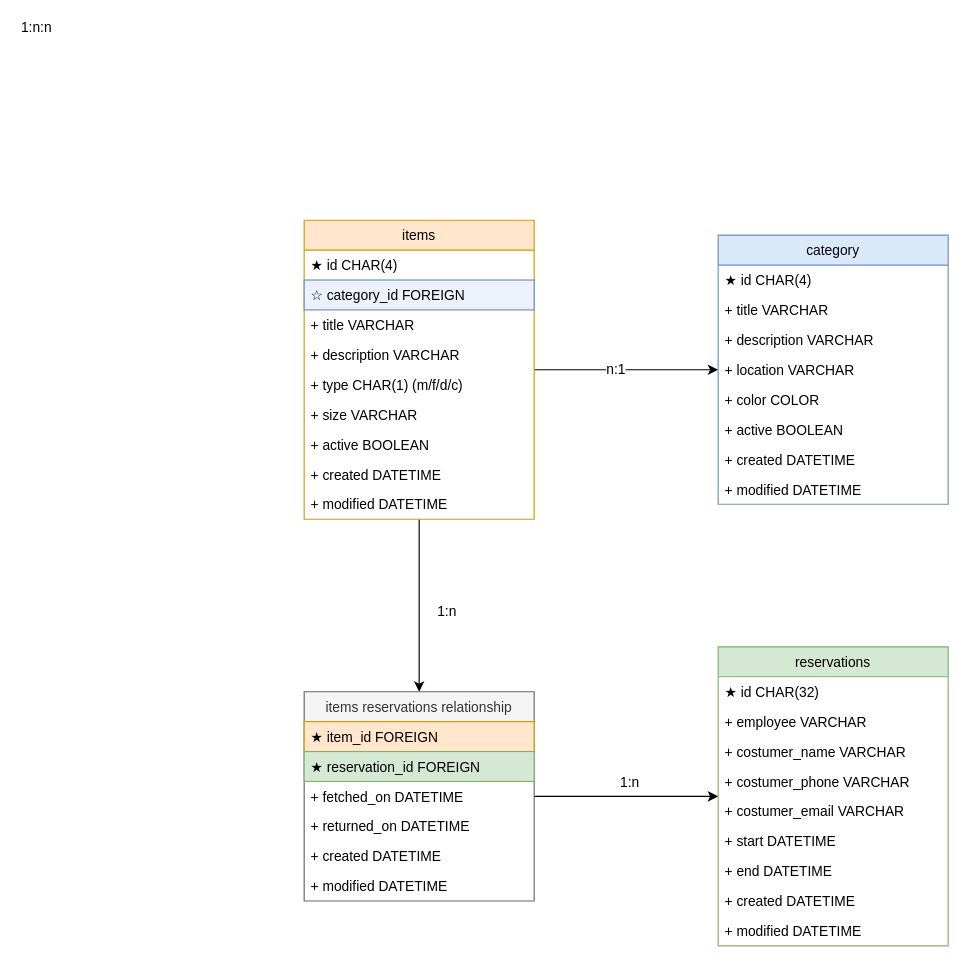
The draw.io diagram draw.io/dbstructure.drawio in Lustiges-aus-dem-Computer/Gaidaros, before the edit. Source tidied: cells renumbered, new cells numbered last; positions are measured from the earlier drawing's top-left corner, leaving out a move shared by most shapes. Both pictures are drawn from the tidied source at 115%, with x=0, y=0 at pixel (304, 220).
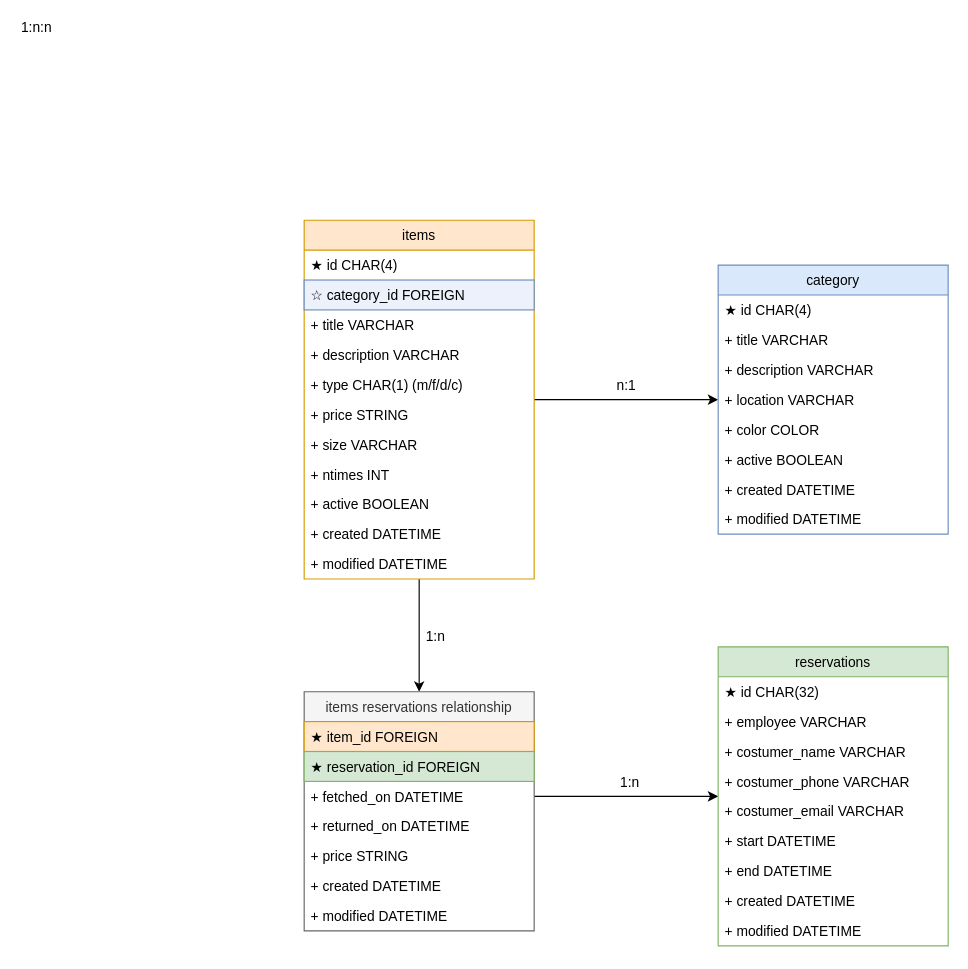
After the change.

The change refers to these unchanged cells:
```xml
<mxCell id="2" style="edgeStyle=orthogonalEdgeStyle;rounded=0;jettySize=auto;html=1;" parent="1" edge="1" source="7" target="34">
  <mxGeometry relative="1" as="geometry" />
</mxCell>
```

The edit, as a diff of the source:
```diff
@@
     <mxCell id="3" value="n:1" style="text;html=1;align=center;verticalAlign=middle;labelBackgroundColor=#ffffff;" parent="2" vertex="1">
-      <mxGeometry x="-0.12" y="1" relative="1" as="geometry" />
+      <mxGeometry x="-0.12" y="1" relative="1" as="geometry">
+        <mxPoint x="9.2" y="-12" as="offset" />
+      </mxGeometry>
     </mxCell>
@@
     <mxCell id="7" value="items" style="swimlane;fontStyle=0;horizontal=1;startSize=26;fillColor=#ffe6cc;strokeColor=#d79b00;" parent="1" vertex="1">
-      <mxGeometry width="200" height="260" as="geometry" />
+      <mxGeometry width="200" height="312" as="geometry" />
     </mxCell>
@@
+    <mxCell id="46" value="+ price STRING" style="text;strokeColor=none;fillColor=none;align=left;verticalAlign=top;spacingLeft=4;spacingRight=4;overflow=hidden;" parent="7" vertex="1">
+      <mxGeometry y="156" width="200" height="26" as="geometry" />
+    </mxCell>
     <mxCell id="13" value="+ size VARCHAR" style="text;strokeColor=none;fillColor=none;align=left;verticalAlign=top;spacingLeft=4;spacingRight=4;overflow=hidden;" parent="7" vertex="1">
-      <mxGeometry y="156" width="200" height="26" as="geometry" />
+      <mxGeometry y="182" width="200" height="26" as="geometry" />
     </mxCell>
+    <mxCell id="47" value="+ ntimes INT" style="text;strokeColor=none;fillColor=none;align=left;verticalAlign=top;spacingLeft=4;spacingRight=4;overflow=hidden;" parent="7" vertex="1">
+      <mxGeometry y="208" width="200" height="26" as="geometry" />
+    </mxCell>
     <mxCell id="14" value="+ active BOOLEAN" style="text;strokeColor=none;fillColor=none;align=left;verticalAlign=top;spacingLeft=4;spacingRight=4;overflow=hidden;" parent="7" vertex="1">
-      <mxGeometry y="182" width="200" height="26" as="geometry" />
+      <mxGeometry y="234" width="200" height="26" as="geometry" />
     </mxCell>
     <mxCell id="15" value="+ created DATETIME" style="text;strokeColor=none;fillColor=none;align=left;verticalAlign=top;spacingLeft=4;spacingRight=4;overflow=hidden;" parent="7" vertex="1">
-      <mxGeometry y="208" width="200" height="26" as="geometry" />
+      <mxGeometry y="260" width="200" height="26" as="geometry" />
     </mxCell>
     <mxCell id="16" value="+ modified DATETIME" style="text;strokeColor=none;fillColor=none;align=left;verticalAlign=top;spacingLeft=4;spacingRight=4;overflow=hidden;" parent="7" vertex="1">
-      <mxGeometry y="234" width="200" height="26" as="geometry" />
+      <mxGeometry y="286" width="200" height="26" as="geometry" />
     </mxCell>
     <mxCell id="17" value="items reservations relationship" style="swimlane;fontStyle=0;horizontal=1;startSize=26;fillColor=#f5f5f5;strokeColor=#666666;fontColor=#333333;" parent="1" vertex="1">
-      <mxGeometry y="410" width="200" height="182" as="geometry" />
+      <mxGeometry y="410" width="200" height="208" as="geometry" />
     </mxCell>
@@
+    <mxCell id="48" value="+ price STRING" style="text;strokeColor=none;fillColor=none;align=left;verticalAlign=top;spacingLeft=4;spacingRight=4;overflow=hidden;" parent="17" vertex="1">
+      <mxGeometry y="130" width="200" height="26" as="geometry" />
+    </mxCell>
     <mxCell id="22" value="+ created DATETIME" style="text;strokeColor=none;fillColor=none;align=left;verticalAlign=top;spacingLeft=4;spacingRight=4;overflow=hidden;" parent="17" vertex="1">
-      <mxGeometry y="130" width="200" height="26" as="geometry" />
+      <mxGeometry y="156" width="200" height="26" as="geometry" />
     </mxCell>
     <mxCell id="23" value="+ modified DATETIME" style="text;strokeColor=none;fillColor=none;align=left;verticalAlign=top;spacingLeft=4;spacingRight=4;overflow=hidden;" parent="17" vertex="1">
-      <mxGeometry y="156" width="200" height="26" as="geometry" />
+      <mxGeometry y="182" width="200" height="26" as="geometry" />
     </mxCell>
@@
     <mxCell id="34" value="category" style="swimlane;fontStyle=0;horizontal=1;startSize=26;fillColor=#dae8fc;strokeColor=#6c8ebf;" parent="1" vertex="1">
-      <mxGeometry x="360" y="13" width="200" height="234" as="geometry" />
+      <mxGeometry x="360" y="39" width="200" height="234" as="geometry" />
     </mxCell>
@@
     <mxCell id="45" value="1:n" style="text;html=1;align=center;verticalAlign=middle;labelBackgroundColor=#ffffff;" parent="1" vertex="1">
-      <mxGeometry x="190" y="350" as="geometry">
+      <mxGeometry x="180" y="371" as="geometry">
         <mxPoint x="-67" y="-10" as="offset" />
       </mxGeometry>
     </mxCell>
```
